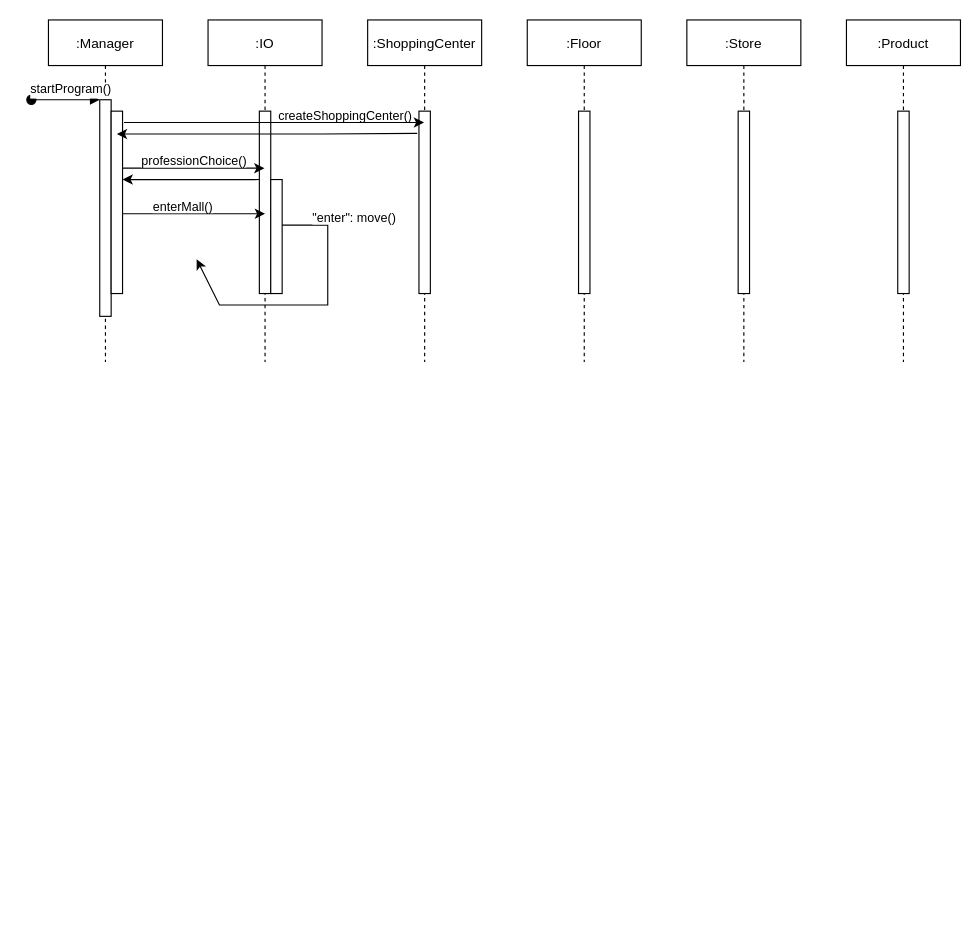
Above: MallProject/class_diagrams/sequence_diagramm.drawio in shawn-lacarta/ZurichMall (draw.io), before the change. Source tidied: cells renumbered, new cells numbered last; positions are measured from the earlier drawing's top-left corner, leaving out a move shared by most shapes. Both pictures are drawn from the tidied source at 114%, with x=0, y=0 at pixel (31, 19).
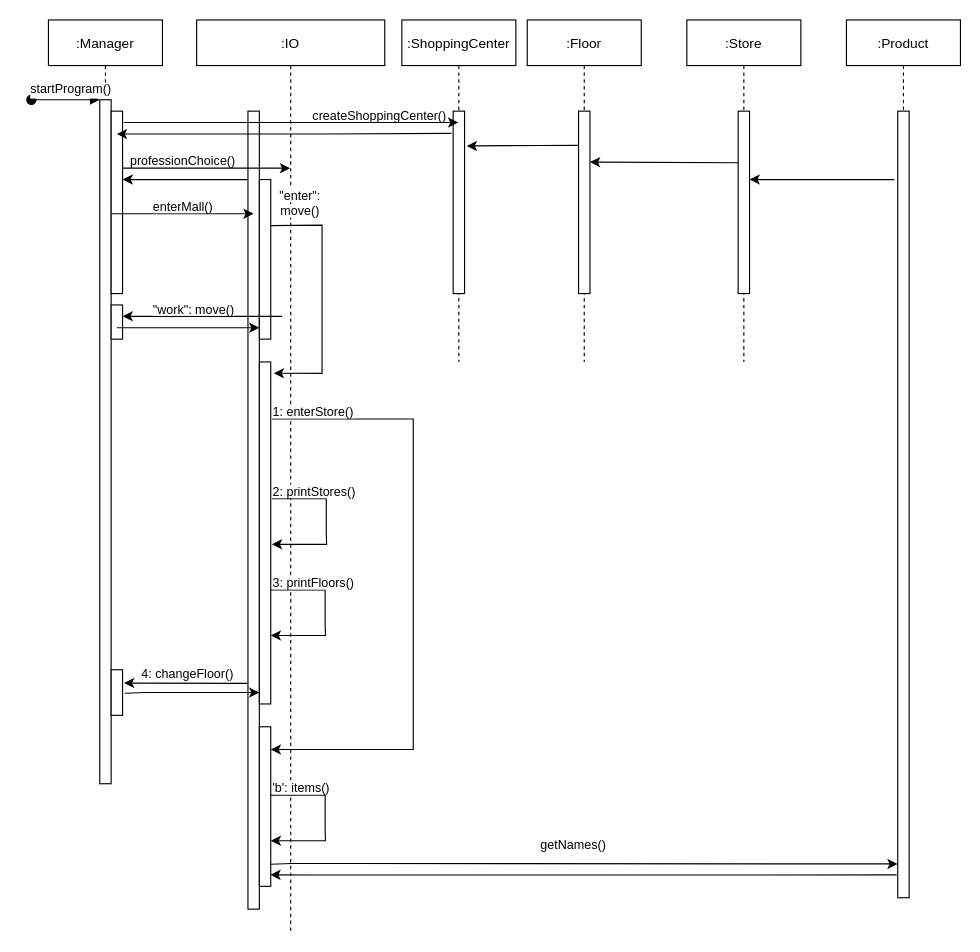
After the change.

The change refers to these unchanged cells:
```xml
<mxCell id="8" style="points=[];perimeter=orthogonalPerimeter;rounded=0;shadow=0;strokeWidth=1;" parent="7" vertex="1">
  <mxGeometry x="45" y="80" width="10" height="160" as="geometry" />
</mxCell>
<mxCell id="15" value=":Floor" style="shape=umlLifeline;perimeter=lifelinePerimeter;rounded=0;shadow=0;strokeWidth=1;" parent="1" vertex="1">
  <mxGeometry x="435" width="100" height="300" as="geometry" />
</mxCell>
<mxCell id="17" value=":Store" style="shape=umlLifeline;perimeter=lifelinePerimeter;rounded=0;shadow=0;strokeWidth=1;" parent="1" vertex="1">
  <mxGeometry x="575" width="100" height="300" as="geometry" />
</mxCell>
<mxCell id="18" style="points=[];perimeter=orthogonalPerimeter;rounded=0;shadow=0;strokeWidth=1;" parent="17" vertex="1">
  <mxGeometry x="45" y="80" width="10" height="160" as="geometry" />
</mxCell>
```

The edit, as a diff of the source:
```diff
@@
     <mxCell id="2" value=":Manager" style="shape=umlLifeline;perimeter=lifelinePerimeter;rounded=0;shadow=0;strokeWidth=1;" parent="1" vertex="1">
-      <mxGeometry x="15" width="100" height="300" as="geometry" />
+      <mxGeometry x="15" width="100" height="670" as="geometry" />
     </mxCell>
     <mxCell id="3" style="points=[];perimeter=orthogonalPerimeter;rounded=0;shadow=0;strokeWidth=1;" parent="2" vertex="1">
-      <mxGeometry x="45" y="70" width="10" height="190" as="geometry" />
+      <mxGeometry x="45" y="70" width="10" height="600" as="geometry" />
     </mxCell>
@@
+    <mxCell id="27" style="perimeter=orthogonalPerimeter;rounded=0;shadow=0;strokeWidth=1;" parent="2" vertex="1">
+      <mxGeometry x="55" y="250" width="10" height="30" as="geometry" />
+    </mxCell>
+    <mxCell id="28" style="points=[];perimeter=orthogonalPerimeter;rounded=0;shadow=0;strokeWidth=1;" parent="2" vertex="1">
+      <mxGeometry x="55" y="570" width="10" height="40" as="geometry" />
+    </mxCell>
     <mxCell id="7" value=":ShoppingCenter" style="shape=umlLifeline;perimeter=lifelinePerimeter;rounded=0;shadow=0;strokeWidth=1;" parent="1" vertex="1">
-      <mxGeometry x="295" width="100" height="300" as="geometry" />
+      <mxGeometry x="325" width="100" height="300" as="geometry" />
     </mxCell>
@@
-    <mxCell id="10" style="endArrow=classic;html=1;rounded=0;" parent="7" edge="1">
-      <mxGeometry relative="1" as="geometry">
-        <mxPoint x="-80" y="180" as="sourcePoint" />
-        <mxPoint x="-150" y="210" as="targetPoint" />
-        <Array as="points">
-          <mxPoint x="-55" y="180" />
-          <mxPoint x="-35" y="180" />
-          <mxPoint x="-35" y="220" />
-          <mxPoint x="-35" y="250" />
-          <mxPoint x="-130" y="250" />
-        </Array>
-      </mxGeometry>
-    </mxCell>
     <mxCell id="11" value=":IO" style="shape=umlLifeline;perimeter=lifelinePerimeter;rounded=0;shadow=0;strokeWidth=1;" parent="1" vertex="1">
-      <mxGeometry x="155" width="100" height="300" as="geometry" />
+      <mxGeometry x="145" width="165" height="800" as="geometry" />
     </mxCell>
     <mxCell id="12" style="points=[];perimeter=orthogonalPerimeter;rounded=0;shadow=0;strokeWidth=1;" parent="11" vertex="1">
-      <mxGeometry x="45" y="80" width="10" height="160" as="geometry" />
+      <mxGeometry x="45" y="80" width="10" height="700" as="geometry" />
     </mxCell>
@@
     <mxCell id="14" style="points=[];perimeter=orthogonalPerimeter;rounded=0;shadow=0;strokeWidth=1;" parent="11" vertex="1">
-      <mxGeometry x="55" y="140" width="10" height="100" as="geometry" />
+      <mxGeometry x="55" y="140" width="10" height="140" as="geometry" />
     </mxCell>
+    <mxCell id="26" value="&lt;div style=&quot;text-align: center&quot;&gt;&lt;font face=&quot;helvetica&quot;&gt;&lt;span style=&quot;font-size: 11px ; background-color: rgb(255 , 255 , 255)&quot;&gt;&quot;enter&quot;: move()&lt;/span&gt;&lt;/font&gt;&lt;/div&gt;" style="text;whiteSpace=wrap;html=1;" parent="11" vertex="1">
+      <mxGeometry x="55" y="140" width="70" height="20" as="geometry" />
+    </mxCell>
+    <mxCell id="29" style="endArrow=classic;html=1;rounded=0;" parent="11" edge="1">
+      <mxGeometry relative="1" as="geometry">
+        <mxPoint x="-70" y="270" as="sourcePoint" />
+        <mxPoint x="55" y="270" as="targetPoint" />
+        <Array as="points">
+          <mxPoint x="-45" y="270" />
+          <mxPoint x="-25" y="270" />
+          <mxPoint x="5" y="270" />
+        </Array>
+      </mxGeometry>
+    </mxCell>
+    <mxCell id="30" style="points=[];perimeter=orthogonalPerimeter;rounded=0;shadow=0;strokeWidth=1;" parent="11" vertex="1">
+      <mxGeometry x="55" y="300" width="10" height="300" as="geometry" />
+    </mxCell>
+    <mxCell id="31" style="endArrow=classic;html=1;rounded=0;" parent="11" edge="1" target="39">
+      <mxGeometry relative="1" as="geometry">
+        <mxPoint x="66" y="350" as="sourcePoint" />
+        <Array as="points">
+          <mxPoint x="113.7" y="350" />
+          <mxPoint x="160" y="350" />
+          <mxPoint x="190" y="350" />
+          <mxPoint x="190" y="640" />
+        </Array>
+      </mxGeometry>
+    </mxCell>
+    <mxCell id="32" style="endArrow=classic;html=1;rounded=0;exitX=0.993;exitY=0.289;exitDx=0;exitDy=0;exitPerimeter=0;entryX=1.262;entryY=0.033;entryDx=0;entryDy=0;entryPerimeter=0;" parent="11" edge="1" source="14" target="30">
+      <mxGeometry relative="1" as="geometry">
+        <Array as="points">
+          <mxPoint x="110" y="180" />
+          <mxPoint x="110" y="200" />
+          <mxPoint x="110" y="210" />
+          <mxPoint x="110" y="310" />
+        </Array>
+      </mxGeometry>
+    </mxCell>
+    <mxCell id="33" value="&lt;div style=&quot;text-align: center&quot;&gt;&lt;font face=&quot;helvetica&quot;&gt;&lt;span style=&quot;font-size: 11px ; background-color: rgb(255 , 255 , 255)&quot;&gt;1: enterStore()&lt;/span&gt;&lt;/font&gt;&lt;/div&gt;" style="text;whiteSpace=wrap;html=1;" parent="11" vertex="1">
+      <mxGeometry x="65" y="330" width="75" height="20" as="geometry" />
+    </mxCell>
+    <mxCell id="34" style="endArrow=classic;html=1;rounded=0;" parent="11" edge="1">
+      <mxGeometry relative="1" as="geometry">
+        <mxPoint x="66" y="420" as="sourcePoint" />
+        <mxPoint x="66" y="460" as="targetPoint" />
+        <Array as="points">
+          <mxPoint x="113.7" y="420" />
+          <mxPoint x="113.7" y="440" />
+          <mxPoint x="113.7" y="450" />
+          <mxPoint x="114" y="460" />
+        </Array>
+      </mxGeometry>
+    </mxCell>
+    <mxCell id="35" value="&lt;div style=&quot;text-align: center&quot;&gt;&lt;font face=&quot;helvetica&quot;&gt;&lt;span style=&quot;font-size: 11px ; background-color: rgb(255 , 255 , 255)&quot;&gt;2: printStores()&lt;/span&gt;&lt;/font&gt;&lt;/div&gt;" style="text;whiteSpace=wrap;html=1;" parent="11" vertex="1">
+      <mxGeometry x="65" y="400" width="85" height="20" as="geometry" />
+    </mxCell>
+    <mxCell id="36" style="endArrow=classic;html=1;rounded=0;" parent="11" edge="1">
+      <mxGeometry relative="1" as="geometry">
+        <mxPoint x="65" y="500" as="sourcePoint" />
+        <mxPoint x="65" y="540" as="targetPoint" />
+        <Array as="points">
+          <mxPoint x="112.7" y="500" />
+          <mxPoint x="112.7" y="520" />
+          <mxPoint x="112.7" y="530" />
+          <mxPoint x="113" y="540" />
+        </Array>
+      </mxGeometry>
+    </mxCell>
+    <mxCell id="37" value="&lt;div style=&quot;text-align: center&quot;&gt;&lt;font face=&quot;helvetica&quot;&gt;&lt;span style=&quot;font-size: 11px ; background-color: rgb(255 , 255 , 255)&quot;&gt;3: printFloors()&lt;/span&gt;&lt;/font&gt;&lt;/div&gt;" style="text;whiteSpace=wrap;html=1;" parent="11" vertex="1">
+      <mxGeometry x="65" y="480" width="85" height="20" as="geometry" />
+    </mxCell>
+    <mxCell id="38" value="&lt;div style=&quot;text-align: center&quot;&gt;&lt;font face=&quot;helvetica&quot;&gt;&lt;span style=&quot;font-size: 11px ; background-color: rgb(255 , 255 , 255)&quot;&gt;4: changeFloor()&lt;/span&gt;&lt;/font&gt;&lt;/div&gt;" style="text;whiteSpace=wrap;html=1;" parent="11" vertex="1">
+      <mxGeometry x="-50" y="560" width="85" height="20" as="geometry" />
+    </mxCell>
+    <mxCell id="39" style="points=[];perimeter=orthogonalPerimeter;rounded=0;shadow=0;strokeWidth=1;" parent="11" vertex="1">
+      <mxGeometry x="55" y="620" width="10" height="140" as="geometry" />
+    </mxCell>
+    <mxCell id="40" style="endArrow=classic;html=1;rounded=0;" parent="11" edge="1">
+      <mxGeometry relative="1" as="geometry">
+        <mxPoint x="65" y="680" as="sourcePoint" />
+        <mxPoint x="65" y="720" as="targetPoint" />
+        <Array as="points">
+          <mxPoint x="112.7" y="680" />
+          <mxPoint x="112.7" y="700" />
+          <mxPoint x="112.7" y="710" />
+          <mxPoint x="113" y="720" />
+          <mxPoint x="90" y="720" />
+        </Array>
+      </mxGeometry>
+    </mxCell>
+    <mxCell id="41" value="&lt;span style=&quot;color: rgb(0 , 0 , 0) ; font-family: &amp;#34;helvetica&amp;#34; ; font-size: 11px ; font-style: normal ; font-weight: 400 ; letter-spacing: normal ; text-align: center ; text-indent: 0px ; text-transform: none ; word-spacing: 0px ; background-color: rgb(255 , 255 , 255) ; display: inline ; float: none&quot;&gt;'b': items()&lt;/span&gt;" style="text;whiteSpace=wrap;html=1;" parent="11" vertex="1">
+      <mxGeometry x="65" y="660" width="100" height="30" as="geometry" />
+    </mxCell>
+    <mxCell id="42" style="endArrow=classic;html=1;rounded=0;exitX=1.2;exitY=0.516;exitDx=0;exitDy=0;exitPerimeter=0;entryX=-0.014;entryY=0.957;entryDx=0;entryDy=0;entryPerimeter=0;" parent="11" edge="1" target="20">
+      <mxGeometry relative="1" as="geometry">
+        <mxPoint x="65" y="740.6" as="sourcePoint" />
+        <Array as="points">
+          <mxPoint x="83" y="740" />
+          <mxPoint x="103" y="740" />
+          <mxPoint x="133" y="740" />
+        </Array>
+      </mxGeometry>
+    </mxCell>
+    <mxCell id="24" value="&lt;span style=&quot;color: rgb(0 , 0 , 0) ; font-family: &amp;#34;helvetica&amp;#34; ; font-size: 11px ; font-style: normal ; font-weight: 400 ; letter-spacing: normal ; text-align: center ; text-indent: 0px ; text-transform: none ; word-spacing: 0px ; background-color: rgb(255 , 255 , 255) ; display: inline ; float: none&quot;&gt;professionChoice()&lt;/span&gt;" style="text;whiteSpace=wrap;html=1;" parent="11" vertex="1">
+      <mxGeometry x="-60" y="110" width="140" height="30" as="geometry" />
+    </mxCell>
@@
+    <mxCell id="43" style="endArrow=none;html=1;rounded=0;endFill=0;startArrow=classic;startFill=1;exitX=1.193;exitY=0.191;exitDx=0;exitDy=0;exitPerimeter=0;" parent="15" edge="1" source="8">
+      <mxGeometry relative="1" as="geometry">
+        <mxPoint x="45" y="110" as="targetPoint" />
+        <Array as="points">
+          <mxPoint x="8.8" y="110.1" />
+        </Array>
+      </mxGeometry>
+    </mxCell>
@@
+    <mxCell id="44" style="endArrow=none;html=1;rounded=0;exitX=1.124;exitY=0.062;exitDx=0;exitDy=0;exitPerimeter=0;endFill=0;startArrow=classic;startFill=1;entryX=-0.007;entryY=0.283;entryDx=0;entryDy=0;entryPerimeter=0;" parent="17" edge="1" target="18">
+      <mxGeometry relative="1" as="geometry">
+        <mxPoint x="-85" y="124.7" as="sourcePoint" />
+      </mxGeometry>
+    </mxCell>
     <mxCell id="19" value=":Product" style="shape=umlLifeline;perimeter=lifelinePerimeter;rounded=0;shadow=0;strokeWidth=1;" parent="1" vertex="1">
-      <mxGeometry x="715" width="100" height="300" as="geometry" />
+      <mxGeometry x="715" width="100" height="770" as="geometry" />
     </mxCell>
     <mxCell id="20" style="points=[];perimeter=orthogonalPerimeter;rounded=0;shadow=0;strokeWidth=1;" parent="19" vertex="1">
-      <mxGeometry x="45" y="80" width="10" height="160" as="geometry" />
+      <mxGeometry x="45" y="80" width="10" height="690" as="geometry" />
     </mxCell>
@@
-    <mxCell id="24" value="&lt;span style=&quot;color: rgb(0 , 0 , 0) ; font-family: &amp;#34;helvetica&amp;#34; ; font-size: 11px ; font-style: normal ; font-weight: 400 ; letter-spacing: normal ; text-align: center ; text-indent: 0px ; text-transform: none ; word-spacing: 0px ; background-color: rgb(255 , 255 , 255) ; display: inline ; float: none&quot;&gt;professionChoice()&lt;/span&gt;" style="text;whiteSpace=wrap;html=1;" parent="1" vertex="1">
-      <mxGeometry x="95" y="110" width="140" height="30" as="geometry" />
-    </mxCell>
@@
-    <mxCell id="26" value="&lt;div style=&quot;text-align: center&quot;&gt;&lt;font face=&quot;helvetica&quot;&gt;&lt;span style=&quot;font-size: 11px ; background-color: rgb(255 , 255 , 255)&quot;&gt;&quot;enter&quot;: move()&lt;/span&gt;&lt;/font&gt;&lt;/div&gt;" style="text;whiteSpace=wrap;html=1;" parent="1" vertex="1">
-      <mxGeometry x="245" y="160" width="80" height="30" as="geometry" />
-    </mxCell>
+    <mxCell id="45" style="endArrow=classic;html=1;rounded=0;" parent="1" edge="1">
+      <mxGeometry relative="1" as="geometry">
+        <mxPoint x="220" y="260" as="sourcePoint" />
+        <mxPoint x="80" y="260" as="targetPoint" />
+        <Array as="points">
+          <mxPoint x="170" y="260" />
+          <mxPoint x="130" y="260" />
+          <mxPoint x="100" y="260" />
+          <mxPoint x="150" y="260" />
+          <mxPoint x="140" y="260" />
+        </Array>
+      </mxGeometry>
+    </mxCell>
+    <mxCell id="46" value="&lt;div style=&quot;text-align: center&quot;&gt;&lt;font face=&quot;helvetica&quot;&gt;&lt;span style=&quot;font-size: 11px ; background-color: rgb(255 , 255 , 255)&quot;&gt;&quot;work&quot;: move()&lt;/span&gt;&lt;/font&gt;&lt;/div&gt;" style="text;whiteSpace=wrap;html=1;" parent="1" vertex="1">
+      <mxGeometry x="105" y="240" width="90" height="20" as="geometry" />
+    </mxCell>
+    <mxCell id="47" style="endArrow=none;html=1;rounded=0;exitX=1.124;exitY=0.062;exitDx=0;exitDy=0;exitPerimeter=0;endFill=0;startArrow=classic;startFill=1;entryX=-0.307;entryY=0.087;entryDx=0;entryDy=0;entryPerimeter=0;" parent="1" edge="1" target="20">
+      <mxGeometry relative="1" as="geometry">
+        <mxPoint x="630" y="140" as="sourcePoint" />
+        <Array as="points">
+          <mxPoint x="713.8" y="140.1" />
+        </Array>
+      </mxGeometry>
+    </mxCell>
+    <mxCell id="48" style="endArrow=classic;html=1;rounded=0;entryX=1.131;entryY=0.292;entryDx=0;entryDy=0;entryPerimeter=0;exitX=-0.031;exitY=0.717;exitDx=0;exitDy=0;exitPerimeter=0;" parent="1" edge="1" source="12" target="28">
+      <mxGeometry relative="1" as="geometry" />
+    </mxCell>
+    <mxCell id="49" style="endArrow=classic;html=1;rounded=0;exitX=1.2;exitY=0.516;exitDx=0;exitDy=0;exitPerimeter=0;" parent="1" edge="1" source="28">
+      <mxGeometry relative="1" as="geometry">
+        <mxPoint x="200" y="590" as="targetPoint" />
+        <Array as="points">
+          <mxPoint x="100" y="590" />
+          <mxPoint x="120" y="590" />
+          <mxPoint x="150" y="590" />
+        </Array>
+      </mxGeometry>
+    </mxCell>
+    <mxCell id="50" style="endArrow=none;html=1;rounded=0;exitX=0.969;exitY=0.928;exitDx=0;exitDy=0;exitPerimeter=0;entryX=-0.1;entryY=0.971;entryDx=0;entryDy=0;entryPerimeter=0;startArrow=classic;startFill=1;endFill=0;" parent="1" edge="1" source="39" target="20">
+      <mxGeometry relative="1" as="geometry">
+        <Array as="points">
+          <mxPoint x="248" y="750" />
+          <mxPoint x="268" y="750" />
+          <mxPoint x="298" y="750" />
+          <mxPoint x="555" y="750" />
+        </Array>
+      </mxGeometry>
+    </mxCell>
+    <mxCell id="51" value="&lt;span style=&quot;color: rgb(0 , 0 , 0) ; font-family: &amp;#34;helvetica&amp;#34; ; font-size: 11px ; font-style: normal ; font-weight: 400 ; letter-spacing: normal ; text-align: center ; text-indent: 0px ; text-transform: none ; word-spacing: 0px ; background-color: rgb(255 , 255 , 255) ; display: inline ; float: none&quot;&gt;getNames()&lt;/span&gt;" style="text;whiteSpace=wrap;html=1;" parent="1" vertex="1">
+      <mxGeometry x="445" y="710" width="100" height="30" as="geometry" />
+    </mxCell>
```
